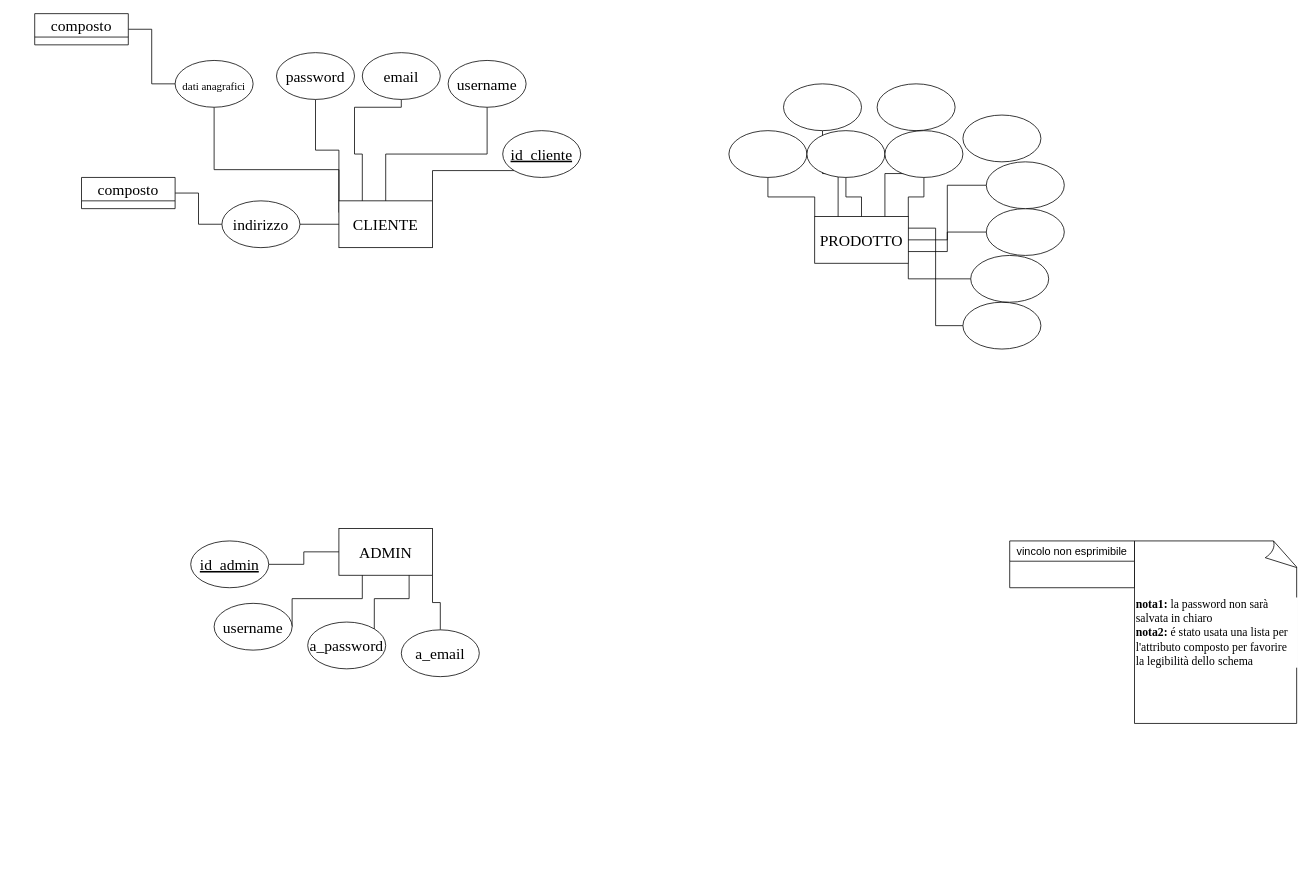
Before: PumpGoDB/Diagramma senza titolo.drawio in neuger24/Pump-Go, a draw.io diagram. Source tidied: cells renumbered, new cells numbered last; positions are measured from the earlier drawing's top-left corner, leaving out a move shared by most shapes. Both pictures are drawn from the tidied source at 78%, with x=0, y=0 at pixel (34, 13).
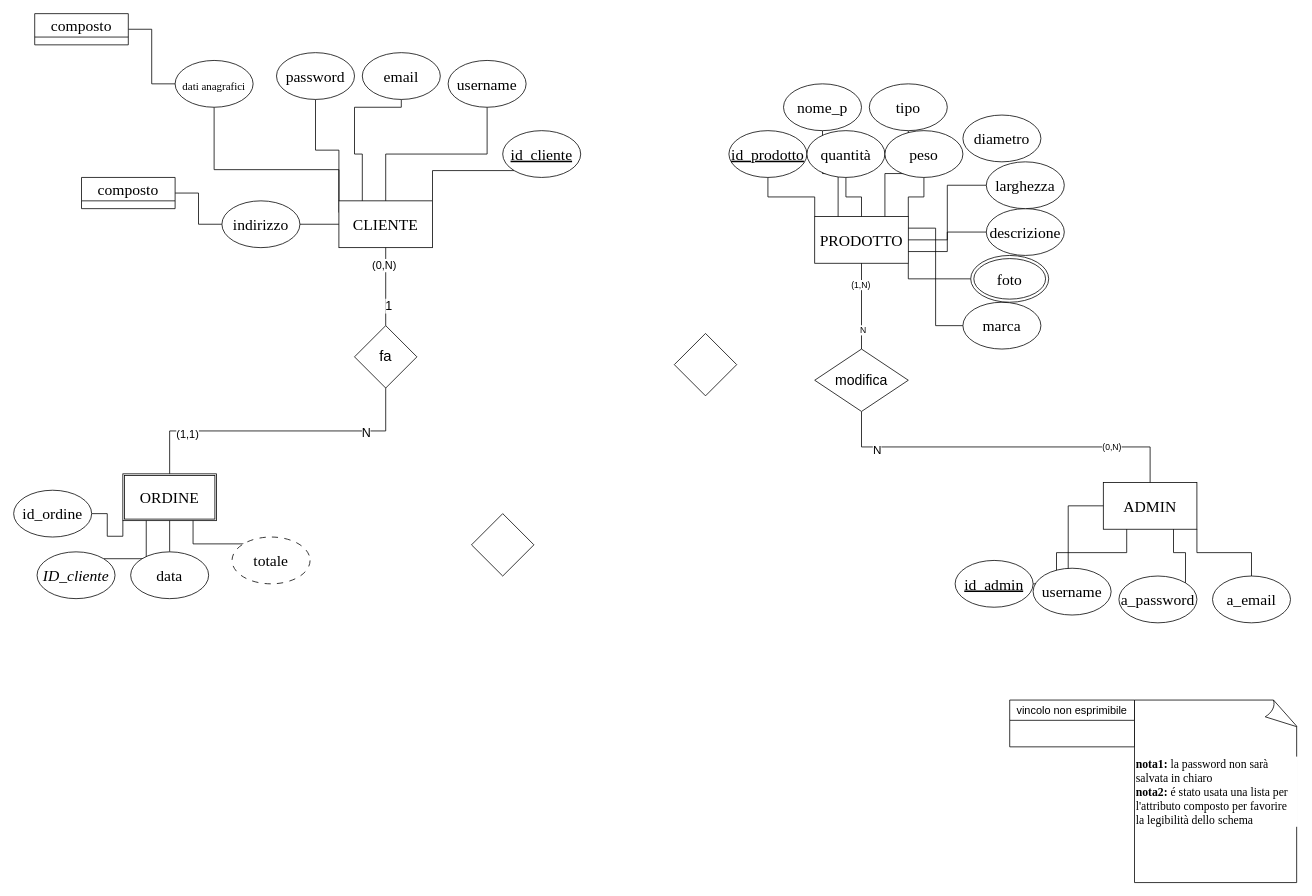
The same diagram, later.

Commit message (it also covers changes not shown here):
modificato file: PumpGoDB/Diagramma senza titolo.drawio

The change refers to these unchanged cells:
```xml
<mxCell id="5" value="CLIENTE" style="rounded=0;whiteSpace=wrap;html=1;fontFamily=Times New Roman;fontSize=20;" parent="1" vertex="1">
  <mxGeometry x="390" y="240" width="120" height="60" as="geometry" />
</mxCell>
<mxCell id="30" value="PRODOTTO" style="rounded=0;whiteSpace=wrap;html=1;strokeColor=default;align=center;verticalAlign=middle;fontFamily=Times New Roman;fontSize=20;fontColor=default;labelBackgroundColor=default;fillColor=default;" parent="1" vertex="1">
  <mxGeometry x="1000" y="260" width="120" height="60" as="geometry" />
</mxCell>
```

The edit, as a diff of the source:
```diff
@@
     <mxCell id="2" value="vincolo non esprimibile" style="swimlane;fontStyle=0;horizontal=1;startSize=26;align=center;fontSize=14;" parent="1" vertex="1">
-      <mxGeometry x="1250" y="676" width="160" height="60" as="geometry" />
+      <mxGeometry x="1250" y="880" width="160" height="60" as="geometry" />
     </mxCell>
@@
     <mxCell id="17" value="&lt;b&gt;nota1: &lt;/b&gt;la password non sarà salvata in chiaro&lt;div&gt;&lt;b&gt;nota2:&lt;/b&gt;&amp;nbsp;é stato usata una lista per l'attributo composto per favorire la legibilità dello schema&lt;/div&gt;" style="whiteSpace=wrap;html=1;shape=mxgraph.basic.document;strokeColor=default;align=left;verticalAlign=middle;fontFamily=Times New Roman;fontSize=15;fontColor=default;labelBackgroundColor=default;fillColor=default;" parent="1" vertex="1">
-      <mxGeometry x="1410" y="676" width="210" height="234" as="geometry" />
+      <mxGeometry x="1410" y="880" width="210" height="234" as="geometry" />
     </mxCell>
@@
     <mxCell id="21" value="ADMIN" style="rounded=0;whiteSpace=wrap;html=1;strokeColor=default;align=center;verticalAlign=middle;fontFamily=Times New Roman;fontSize=20;fontColor=default;labelBackgroundColor=default;fillColor=default;" parent="1" vertex="1">
-      <mxGeometry x="390" y="660" width="120" height="60" as="geometry" />
+      <mxGeometry x="1370" y="601" width="120" height="60" as="geometry" />
     </mxCell>
@@
     <mxCell id="23" value="a_email" style="ellipse;whiteSpace=wrap;html=1;fontSize=20;fontFamily=Times New Roman;" parent="1" vertex="1">
-      <mxGeometry x="470" y="790" width="100" height="60" as="geometry" />
+      <mxGeometry x="1510" y="721" width="100" height="60" as="geometry" />
     </mxCell>
@@
     <mxCell id="25" value="a_password" style="ellipse;whiteSpace=wrap;html=1;fontSize=20;fontFamily=Times New Roman;" parent="1" vertex="1">
-      <mxGeometry x="350" y="780" width="100" height="60" as="geometry" />
+      <mxGeometry x="1390" y="721" width="100" height="60" as="geometry" />
     </mxCell>
     <mxCell id="26" style="edgeStyle=orthogonalEdgeStyle;shape=connector;rounded=0;jettySize=auto;html=1;exitX=1;exitY=0.5;exitDx=0;exitDy=0;entryX=0.25;entryY=1;entryDx=0;entryDy=0;strokeColor=default;align=center;verticalAlign=middle;fontFamily=Times New Roman;fontSize=20;fontColor=default;labelBackgroundColor=default;endArrow=none;endFill=0;" parent="1" edge="1" source="27" target="21">
       <mxGeometry relative="1" as="geometry">
         <Array as="points">
-          <mxPoint x="330" y="750" />
-          <mxPoint x="420" y="750" />
+          <mxPoint x="1310" y="691" />
+          <mxPoint x="1400" y="691" />
         </Array>
       </mxGeometry>
     </mxCell>
-    <mxCell id="27" value="username" style="ellipse;whiteSpace=wrap;html=1;fontSize=20;fontFamily=Times New Roman;" parent="1" vertex="1">
-      <mxGeometry x="230" y="756" width="100" height="60" as="geometry" />
-    </mxCell>
@@
     <mxCell id="29" value="&lt;u&gt;id_admin&lt;/u&gt;" style="ellipse;whiteSpace=wrap;html=1;fontSize=20;fontFamily=Times New Roman;" parent="1" vertex="1">
-      <mxGeometry x="200" y="676" width="100" height="60" as="geometry" />
+      <mxGeometry x="1180" y="701" width="100" height="60" as="geometry" />
     </mxCell>
@@
-    <mxCell id="34" style="ellipse;whiteSpace=wrap;html=1;fontSize=20;fontFamily=Times New Roman;" parent="1" vertex="1">
+    <mxCell id="34" value="marca" style="ellipse;whiteSpace=wrap;html=1;fontSize=20;fontFamily=Times New Roman;" parent="1" vertex="1">
       <mxGeometry x="1190" y="370" width="100" height="60" as="geometry" />
     </mxCell>
-    <mxCell id="35" style="edgeStyle=orthogonalEdgeStyle;shape=connector;rounded=0;jettySize=auto;html=1;exitX=0;exitY=0.5;exitDx=0;exitDy=0;entryX=1;entryY=1;entryDx=0;entryDy=0;strokeColor=default;align=center;verticalAlign=middle;fontFamily=Times New Roman;fontSize=20;fontColor=default;labelBackgroundColor=default;endArrow=none;endFill=0;" parent="1" edge="1" source="36" target="30">
+    <mxCell id="35" style="edgeStyle=orthogonalEdgeStyle;shape=connector;rounded=0;jettySize=auto;html=1;exitX=0;exitY=0.5;exitDx=0;exitDy=0;entryX=1;entryY=1;entryDx=0;entryDy=0;strokeColor=default;align=center;verticalAlign=middle;fontFamily=Times New Roman;fontSize=20;fontColor=default;labelBackgroundColor=default;endArrow=none;endFill=0;" parent="1" edge="1" source="50" target="30">
       <mxGeometry relative="1" as="geometry" />
     </mxCell>
-    <mxCell id="36" style="ellipse;whiteSpace=wrap;html=1;fontSize=20;fontFamily=Times New Roman;" parent="1" vertex="1">
-      <mxGeometry x="1200" y="310" width="100" height="60" as="geometry" />
-    </mxCell>
@@
-    <mxCell id="38" style="ellipse;whiteSpace=wrap;html=1;fontSize=20;fontFamily=Times New Roman;" parent="1" vertex="1">
+    <mxCell id="38" value="descrizione" style="ellipse;whiteSpace=wrap;html=1;fontSize=20;fontFamily=Times New Roman;" parent="1" vertex="1">
       <mxGeometry x="1220" y="250" width="100" height="60" as="geometry" />
     </mxCell>
@@
-    <mxCell id="40" style="ellipse;whiteSpace=wrap;html=1;fontSize=20;fontFamily=Times New Roman;" parent="1" vertex="1">
+    <mxCell id="40" value="&lt;u&gt;id_prodotto&lt;/u&gt;" style="ellipse;whiteSpace=wrap;html=1;fontSize=20;fontFamily=Times New Roman;" parent="1" vertex="1">
       <mxGeometry x="890" y="150" width="100" height="60" as="geometry" />
     </mxCell>
-    <mxCell id="41" style="ellipse;whiteSpace=wrap;html=1;fontSize=20;fontFamily=Times New Roman;" parent="1" vertex="1">
+    <mxCell id="41" value="diametro" style="ellipse;whiteSpace=wrap;html=1;fontSize=20;fontFamily=Times New Roman;" parent="1" vertex="1">
       <mxGeometry x="1190" y="130" width="100" height="60" as="geometry" />
     </mxCell>
@@
-    <mxCell id="43" style="ellipse;whiteSpace=wrap;html=1;fontSize=20;fontFamily=Times New Roman;" parent="1" vertex="1">
+    <mxCell id="43" value="nome_p" style="ellipse;whiteSpace=wrap;html=1;fontSize=20;fontFamily=Times New Roman;" parent="1" vertex="1">
       <mxGeometry x="960" y="90" width="100" height="60" as="geometry" />
     </mxCell>
@@
-    <mxCell id="45" style="ellipse;whiteSpace=wrap;html=1;fontSize=20;fontFamily=Times New Roman;" parent="1" vertex="1">
-      <mxGeometry x="1080" y="90" width="100" height="60" as="geometry" />
+    <mxCell id="45" value="tipo" style="ellipse;whiteSpace=wrap;html=1;fontSize=20;fontFamily=Times New Roman;" parent="1" vertex="1">
+      <mxGeometry x="1070" y="90" width="100" height="60" as="geometry" />
     </mxCell>
@@
-    <mxCell id="47" style="ellipse;whiteSpace=wrap;html=1;fontSize=20;fontFamily=Times New Roman;" parent="1" vertex="1">
+    <mxCell id="47" value="larghezza" style="ellipse;whiteSpace=wrap;html=1;fontSize=20;fontFamily=Times New Roman;" parent="1" vertex="1">
       <mxGeometry x="1220" y="190" width="100" height="60" as="geometry" />
     </mxCell>
-    <mxCell id="48" style="ellipse;whiteSpace=wrap;html=1;fontSize=20;fontFamily=Times New Roman;" parent="1" vertex="1">
+    <mxCell id="48" value="quantità" style="ellipse;whiteSpace=wrap;html=1;fontSize=20;fontFamily=Times New Roman;" parent="1" vertex="1">
       <mxGeometry x="990" y="150" width="100" height="60" as="geometry" />
     </mxCell>
-    <mxCell id="49" style="ellipse;whiteSpace=wrap;html=1;fontSize=20;fontFamily=Times New Roman;" parent="1" vertex="1">
+    <mxCell id="49" value="peso" style="ellipse;whiteSpace=wrap;html=1;fontSize=20;fontFamily=Times New Roman;" parent="1" vertex="1">
       <mxGeometry x="1090" y="150" width="100" height="60" as="geometry" />
     </mxCell>
+    <mxCell id="50" value="&lt;font face=&quot;Times New Roman&quot; style=&quot;font-size: 20px;&quot;&gt;foto&lt;/font&gt;" style="ellipse;shape=doubleEllipse;whiteSpace=wrap;html=1;" parent="1" vertex="1">
+      <mxGeometry x="1200" y="310" width="100" height="60" as="geometry" />
+    </mxCell>
+    <mxCell id="27" value="username" style="ellipse;whiteSpace=wrap;html=1;fontSize=20;fontFamily=Times New Roman;" parent="1" vertex="1">
+      <mxGeometry x="1280" y="711" width="100" height="60" as="geometry" />
+    </mxCell>
+    <mxCell id="51" style="edgeStyle=orthogonalEdgeStyle;rounded=0;jettySize=auto;html=1;exitX=0.5;exitY=0;exitDx=0;exitDy=0;entryX=0.5;entryY=1;entryDx=0;entryDy=0;endArrow=none;endFill=0;" parent="1" edge="1" source="57" target="30">
+      <mxGeometry relative="1" as="geometry" />
+    </mxCell>
+    <mxCell id="52" value="(1,N)" style="edgeLabel;html=1;align=center;verticalAlign=middle;" parent="51" vertex="1">
+      <mxGeometry x="0.5" y="2" relative="1" as="geometry" />
+    </mxCell>
+    <mxCell id="53" value="N" style="edgeLabel;html=1;align=center;verticalAlign=middle;" parent="51" vertex="1">
+      <mxGeometry x="-0.55" y="-1" relative="1" as="geometry" />
+    </mxCell>
+    <mxCell id="54" style="edgeStyle=orthogonalEdgeStyle;rounded=0;jettySize=auto;html=1;exitX=0.5;exitY=1;exitDx=0;exitDy=0;entryX=0.5;entryY=0;entryDx=0;entryDy=0;endArrow=none;endFill=0;" parent="1" edge="1" source="57" target="21">
+      <mxGeometry relative="1" as="geometry" />
+    </mxCell>
+    <mxCell id="55" value="(0,N)" style="edgeLabel;html=1;align=center;verticalAlign=middle;" parent="54" vertex="1">
+      <mxGeometry x="0.59" relative="1" as="geometry" />
+    </mxCell>
+    <mxCell id="56" value="N" style="edgeLabel;html=1;align=center;verticalAlign=middle;fontSize=15;" parent="54" vertex="1">
+      <mxGeometry x="-0.72" y="-3" relative="1" as="geometry" />
+    </mxCell>
+    <mxCell id="57" value="&lt;font style=&quot;font-size: 18px;&quot;&gt;modifica&lt;/font&gt;" style="rhombus;whiteSpace=wrap;html=1;" parent="1" vertex="1">
+      <mxGeometry x="1000" y="430" width="120" height="80" as="geometry" />
+    </mxCell>
+    <mxCell id="58" style="edgeStyle=orthogonalEdgeStyle;rounded=0;jettySize=auto;html=1;exitX=0.5;exitY=0;exitDx=0;exitDy=0;entryX=0.5;entryY=1;entryDx=0;entryDy=0;endArrow=none;endFill=0;" parent="1" edge="1" source="61" target="5">
+      <mxGeometry relative="1" as="geometry" />
+    </mxCell>
+    <mxCell id="59" value="&lt;font style=&quot;font-size: 14px;&quot;&gt;(0,N)&lt;/font&gt;" style="edgeLabel;html=1;align=center;verticalAlign=middle;fontFamily=Helvetica;fontSize=11;fontColor=default;labelBackgroundColor=default;" parent="58" vertex="1">
+      <mxGeometry x="0.56" y="3" relative="1" as="geometry" />
+    </mxCell>
+    <mxCell id="60" value="&lt;font style=&quot;font-size: 16px;&quot;&gt;1&lt;/font&gt;" style="edgeLabel;html=1;align=center;verticalAlign=middle;fontFamily=Helvetica;fontSize=11;fontColor=default;labelBackgroundColor=default;" parent="58" vertex="1">
+      <mxGeometry x="-0.48" y="-3" relative="1" as="geometry" />
+    </mxCell>
+    <mxCell id="61" value="&lt;font style=&quot;font-size: 19px;&quot;&gt;fa&lt;/font&gt;" style="rhombus;whiteSpace=wrap;html=1;" parent="1" vertex="1">
+      <mxGeometry x="410" y="400" width="80" height="80" as="geometry" />
+    </mxCell>
+    <mxCell id="62" style="edgeStyle=orthogonalEdgeStyle;shape=connector;rounded=0;jettySize=auto;html=1;exitX=0.5;exitY=0;exitDx=0;exitDy=0;entryX=0.5;entryY=1;entryDx=0;entryDy=0;strokeColor=default;align=center;verticalAlign=middle;fontFamily=Helvetica;fontSize=11;fontColor=default;labelBackgroundColor=default;endArrow=none;endFill=0;" parent="1" edge="1" source="65" target="61">
+      <mxGeometry relative="1" as="geometry" />
+    </mxCell>
+    <mxCell id="63" value="&lt;font style=&quot;font-size: 14px;&quot;&gt;(1,1)&lt;/font&gt;" style="edgeLabel;html=1;align=center;verticalAlign=middle;fontFamily=Helvetica;fontSize=11;fontColor=default;labelBackgroundColor=default;" parent="62" vertex="1">
+      <mxGeometry x="-0.6" y="-4" relative="1" as="geometry" />
+    </mxCell>
+    <mxCell id="64" value="&lt;span style=&quot;font-size: 16px;&quot;&gt;N&lt;/span&gt;" style="edgeLabel;html=1;align=center;verticalAlign=middle;fontFamily=Helvetica;fontSize=11;fontColor=default;labelBackgroundColor=default;" parent="62" vertex="1">
+      <mxGeometry x="0.58" y="-1" relative="1" as="geometry" />
+    </mxCell>
+    <mxCell id="65" value="ORDINE" style="shape=ext;double=1;rounded=0;whiteSpace=wrap;html=1;fontFamily=Times New Roman;fontSize=20;fontColor=default;labelBackgroundColor=default;" parent="1" vertex="1">
+      <mxGeometry x="113" y="590" width="120" height="60" as="geometry" />
+    </mxCell>
+    <mxCell id="66" style="edgeStyle=orthogonalEdgeStyle;shape=connector;rounded=0;jettySize=auto;html=1;exitX=1;exitY=0.5;exitDx=0;exitDy=0;entryX=0;entryY=1;entryDx=0;entryDy=0;strokeColor=default;align=center;verticalAlign=middle;fontFamily=Helvetica;fontSize=11;fontColor=default;labelBackgroundColor=default;endArrow=none;endFill=0;" parent="1" edge="1" source="67" target="65">
+      <mxGeometry relative="1" as="geometry" />
+    </mxCell>
+    <mxCell id="67" value="id_ordine" style="ellipse;whiteSpace=wrap;html=1;fontSize=20;fontFamily=Times New Roman;" parent="1" vertex="1">
+      <mxGeometry x="-27" y="611" width="100" height="60" as="geometry" />
+    </mxCell>
+    <mxCell id="68" style="edgeStyle=orthogonalEdgeStyle;shape=connector;rounded=0;jettySize=auto;html=1;exitX=1;exitY=0;exitDx=0;exitDy=0;entryX=0.25;entryY=1;entryDx=0;entryDy=0;strokeColor=default;align=center;verticalAlign=middle;fontFamily=Helvetica;fontSize=11;fontColor=default;labelBackgroundColor=default;endArrow=none;endFill=0;" parent="1" edge="1" source="69" target="65">
+      <mxGeometry relative="1" as="geometry" />
+    </mxCell>
+    <mxCell id="69" value="&lt;i&gt;ID_cliente&lt;/i&gt;" style="ellipse;whiteSpace=wrap;html=1;fontSize=20;fontFamily=Times New Roman;" parent="1" vertex="1">
+      <mxGeometry x="3" y="690" width="100" height="60" as="geometry" />
+    </mxCell>
+    <mxCell id="70" style="edgeStyle=orthogonalEdgeStyle;shape=connector;rounded=0;jettySize=auto;html=1;exitX=0.5;exitY=0;exitDx=0;exitDy=0;entryX=0.5;entryY=1;entryDx=0;entryDy=0;strokeColor=default;align=center;verticalAlign=middle;fontFamily=Helvetica;fontSize=11;fontColor=default;labelBackgroundColor=default;endArrow=none;endFill=0;" parent="1" edge="1" source="71" target="65">
+      <mxGeometry relative="1" as="geometry" />
+    </mxCell>
+    <mxCell id="71" value="data" style="ellipse;whiteSpace=wrap;html=1;fontSize=20;fontFamily=Times New Roman;" parent="1" vertex="1">
+      <mxGeometry x="123" y="690" width="100" height="60" as="geometry" />
+    </mxCell>
+    <mxCell id="72" style="edgeStyle=orthogonalEdgeStyle;shape=connector;rounded=0;jettySize=auto;html=1;exitX=0;exitY=0;exitDx=0;exitDy=0;entryX=0.75;entryY=1;entryDx=0;entryDy=0;strokeColor=default;align=center;verticalAlign=middle;fontFamily=Helvetica;fontSize=11;fontColor=default;labelBackgroundColor=default;endArrow=none;endFill=0;" parent="1" edge="1" source="73" target="65">
+      <mxGeometry relative="1" as="geometry" />
+    </mxCell>
+    <mxCell id="73" value="totale" style="ellipse;whiteSpace=wrap;html=1;fontSize=20;fontFamily=Times New Roman;dashed=1;dashPattern=8 8;" parent="1" vertex="1">
+      <mxGeometry x="253" y="671" width="100" height="60" as="geometry" />
+    </mxCell>
+    <mxCell id="74" style="rhombus;whiteSpace=wrap;html=1;" parent="1" vertex="1">
+      <mxGeometry x="560" y="641" width="80" height="80" as="geometry" />
+    </mxCell>
+    <mxCell id="75" style="rhombus;whiteSpace=wrap;html=1;" parent="1" vertex="1">
+      <mxGeometry x="820" y="410" width="80" height="80" as="geometry" />
+    </mxCell>
```
